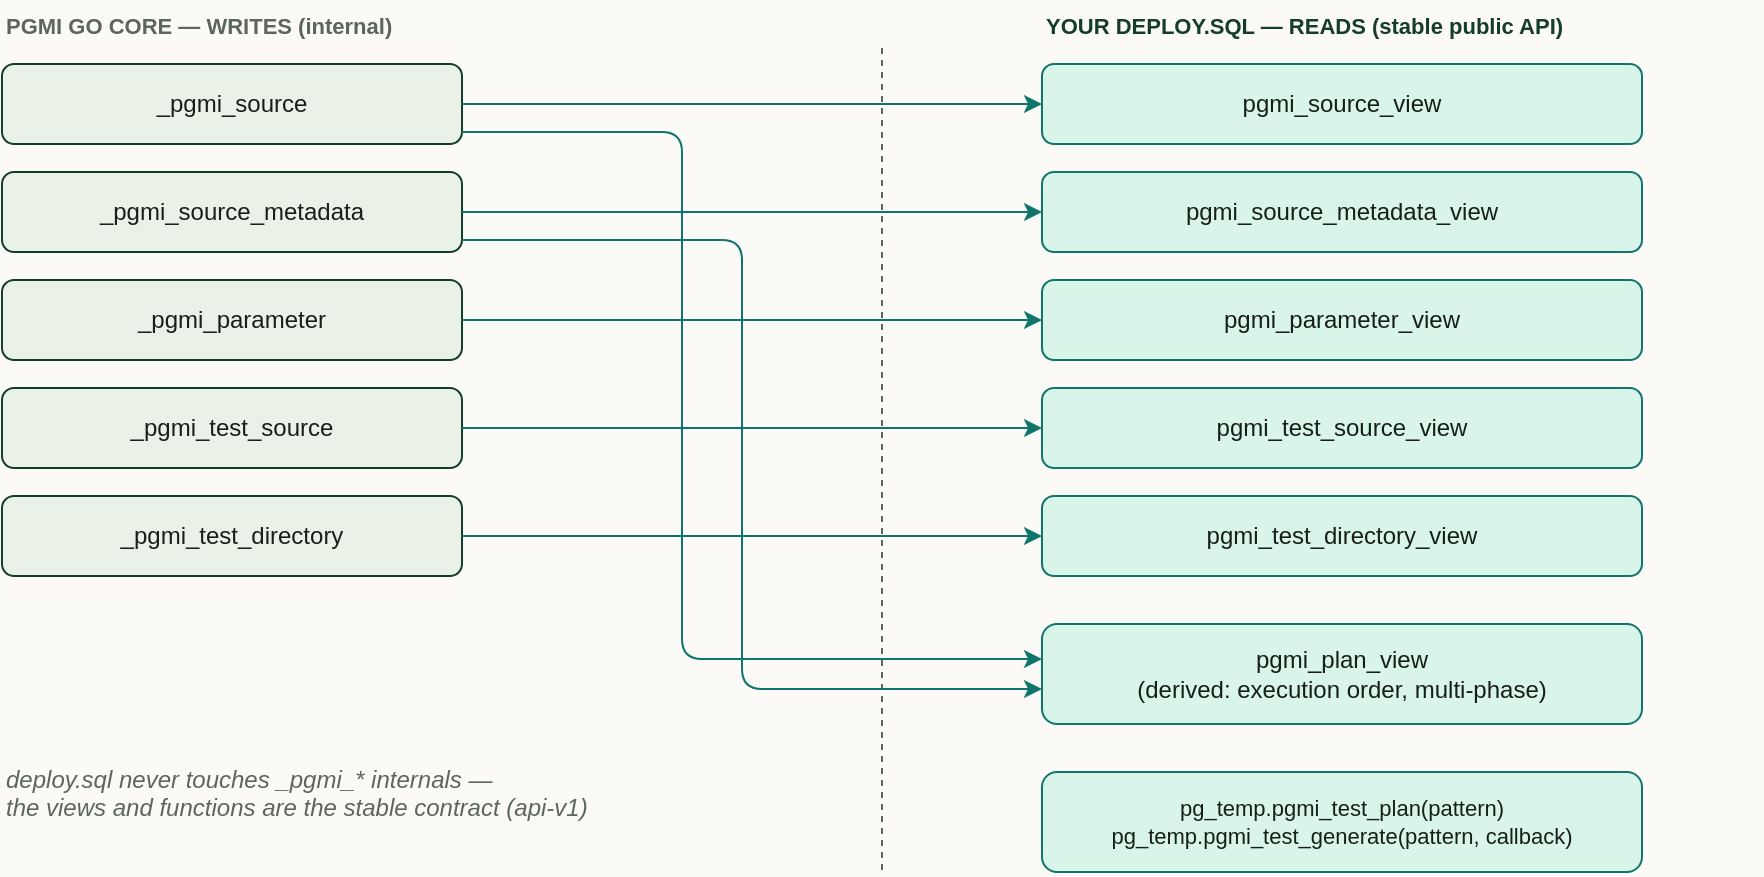
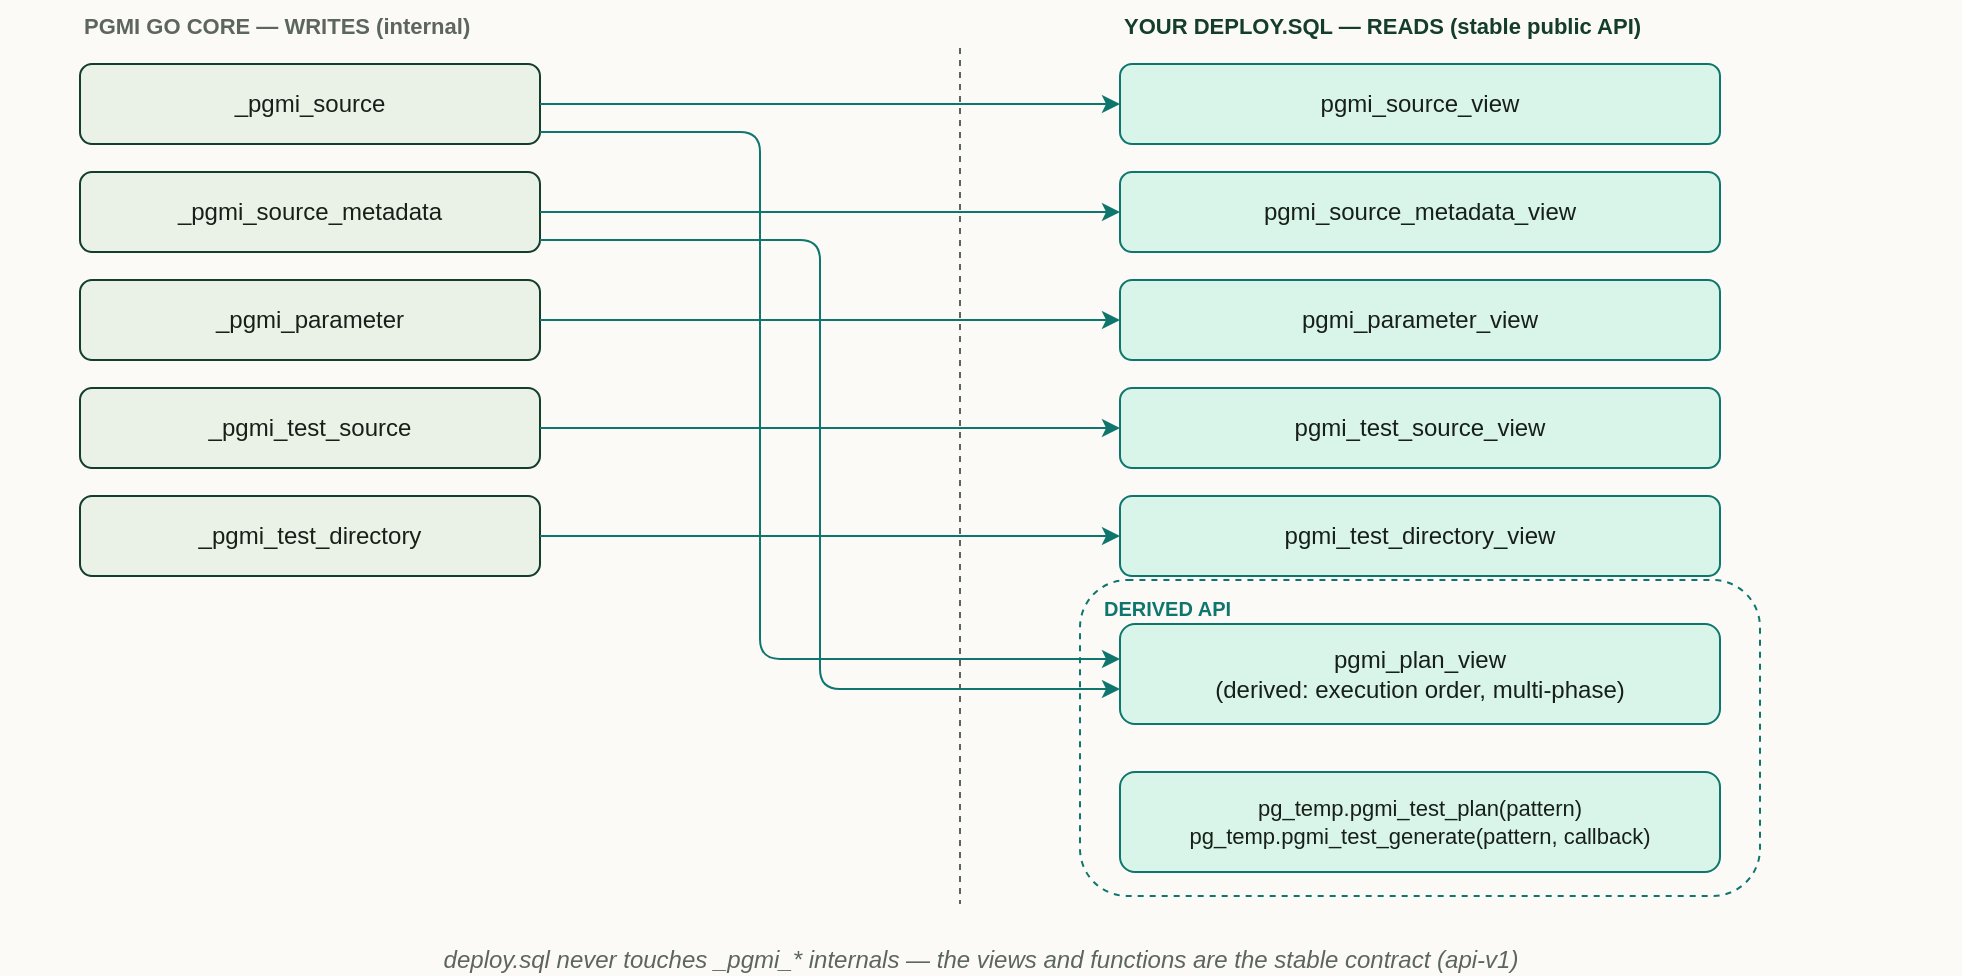
- <mxGraphModel adaptiveColors="none" background="#fbfaf7" grid="0" page="1" pageWidth="980" pageHeight="500">
+ <mxGraphModel adaptiveColors="none" background="#fbfaf7" grid="0" page="1" pageWidth="980" pageHeight="520">
  <root>
    <mxCell id="0" />
    <mxCell id="1" parent="0" />
    <mxCell id="lblL" value="PGMI GO CORE — WRITES (internal)" style="text;html=1;align=left;fontStyle=1;fontSize=11;fontColor=#5d665d;" vertex="1" parent="1"><mxGeometry x="40" y="28" width="300" height="20" as="geometry" /></mxCell>
    <mxCell id="lblR" value="YOUR DEPLOY.SQL — READS (stable public API)" style="text;html=1;align=left;fontStyle=1;fontSize=11;fontColor=#143d2b;" vertex="1" parent="1"><mxGeometry x="560" y="28" width="360" height="20" as="geometry" /></mxCell>
-     <mxCell id="bnd" style="html=1;endArrow=none;dashed=1;strokeColor=#5d665d;" edge="1" parent="1"><mxGeometry relative="1" as="geometry"><mxPoint x="480" y="52" as="sourcePoint" /><mxPoint x="480" y="464" as="targetPoint" /></mxGeometry></mxCell>
+     <mxCell id="bnd" style="html=1;endArrow=none;dashed=1;strokeColor=#5d665d;" edge="1" parent="1"><mxGeometry relative="1" as="geometry"><mxPoint x="480" y="52" as="sourcePoint" /><mxPoint x="480" y="480" as="targetPoint" /></mxGeometry></mxCell>
+     <mxCell id="grp" value="DERIVED API" style="rounded=1;whiteSpace=wrap;html=1;fillColor=none;strokeColor=#0f766e;dashed=1;verticalAlign=top;align=left;fontStyle=1;fontSize=10;fontColor=#0f766e;spacingLeft=10;spacingTop=2" vertex="1" parent="1"><mxGeometry x="540" y="318" width="340" height="158" as="geometry" /></mxCell>
    <mxCell id="t1" value="_pgmi_source" style="rounded=1;whiteSpace=wrap;html=1;fillColor=#eaf1e7;strokeColor=#143d2b;fontColor=#172018;fontSize=12" vertex="1" parent="1"><mxGeometry x="40" y="60" width="230" height="40" as="geometry" /></mxCell>
    <mxCell id="t2" value="_pgmi_source_metadata" style="rounded=1;whiteSpace=wrap;html=1;fillColor=#eaf1e7;strokeColor=#143d2b;fontColor=#172018;fontSize=12" vertex="1" parent="1"><mxGeometry x="40" y="114" width="230" height="40" as="geometry" /></mxCell>
    <mxCell id="t3" value="_pgmi_parameter" style="rounded=1;whiteSpace=wrap;html=1;fillColor=#eaf1e7;strokeColor=#143d2b;fontColor=#172018;fontSize=12" vertex="1" parent="1"><mxGeometry x="40" y="168" width="230" height="40" as="geometry" /></mxCell>
    <mxCell id="t4" value="_pgmi_test_source" style="rounded=1;whiteSpace=wrap;html=1;fillColor=#eaf1e7;strokeColor=#143d2b;fontColor=#172018;fontSize=12" vertex="1" parent="1"><mxGeometry x="40" y="222" width="230" height="40" as="geometry" /></mxCell>
    <mxCell id="t5" value="_pgmi_test_directory" style="rounded=1;whiteSpace=wrap;html=1;fillColor=#eaf1e7;strokeColor=#143d2b;fontColor=#172018;fontSize=12" vertex="1" parent="1"><mxGeometry x="40" y="276" width="230" height="40" as="geometry" /></mxCell>
    <mxCell id="v1" value="pgmi_source_view" style="rounded=1;whiteSpace=wrap;html=1;fillColor=#d9f4e8;strokeColor=#0f766e;fontColor=#172018;fontSize=12" vertex="1" parent="1"><mxGeometry x="560" y="60" width="300" height="40" as="geometry" /></mxCell>
    <mxCell id="v2" value="pgmi_source_metadata_view" style="rounded=1;whiteSpace=wrap;html=1;fillColor=#d9f4e8;strokeColor=#0f766e;fontColor=#172018;fontSize=12" vertex="1" parent="1"><mxGeometry x="560" y="114" width="300" height="40" as="geometry" /></mxCell>
    <mxCell id="v3" value="pgmi_parameter_view" style="rounded=1;whiteSpace=wrap;html=1;fillColor=#d9f4e8;strokeColor=#0f766e;fontColor=#172018;fontSize=12" vertex="1" parent="1"><mxGeometry x="560" y="168" width="300" height="40" as="geometry" /></mxCell>
    <mxCell id="v4" value="pgmi_test_source_view" style="rounded=1;whiteSpace=wrap;html=1;fillColor=#d9f4e8;strokeColor=#0f766e;fontColor=#172018;fontSize=12" vertex="1" parent="1"><mxGeometry x="560" y="222" width="300" height="40" as="geometry" /></mxCell>
    <mxCell id="v5" value="pgmi_test_directory_view" style="rounded=1;whiteSpace=wrap;html=1;fillColor=#d9f4e8;strokeColor=#0f766e;fontColor=#172018;fontSize=12" vertex="1" parent="1"><mxGeometry x="560" y="276" width="300" height="40" as="geometry" /></mxCell>
    <mxCell id="vp" value="pgmi_plan_view&#10;(derived: execution order, multi-phase)" style="rounded=1;whiteSpace=wrap;html=1;fillColor=#d9f4e8;strokeColor=#0f766e;fontColor=#172018;fontSize=12" vertex="1" parent="1"><mxGeometry x="560" y="340" width="300" height="50" as="geometry" /></mxCell>
    <mxCell id="fn" value="pg_temp.pgmi_test_plan(pattern)&#10;pg_temp.pgmi_test_generate(pattern, callback)" style="rounded=1;whiteSpace=wrap;html=1;fillColor=#d9f4e8;strokeColor=#0f766e;fontColor=#172018;fontSize=11" vertex="1" parent="1"><mxGeometry x="560" y="414" width="300" height="50" as="geometry" /></mxCell>
    <mxCell id="ev1" style="html=1;endArrow=classic;strokeColor=#0f766e;exitX=1;exitY=0.5;entryX=0;entryY=0.5" edge="1" parent="1" source="t1" target="v1"><mxGeometry relative="1" as="geometry" /></mxCell>
    <mxCell id="ev2" style="html=1;endArrow=classic;strokeColor=#0f766e;exitX=1;exitY=0.5;entryX=0;entryY=0.5" edge="1" parent="1" source="t2" target="v2"><mxGeometry relative="1" as="geometry" /></mxCell>
    <mxCell id="ev3" style="html=1;endArrow=classic;strokeColor=#0f766e;exitX=1;exitY=0.5;entryX=0;entryY=0.5" edge="1" parent="1" source="t3" target="v3"><mxGeometry relative="1" as="geometry" /></mxCell>
    <mxCell id="ev4" style="html=1;endArrow=classic;strokeColor=#0f766e;exitX=1;exitY=0.5;entryX=0;entryY=0.5" edge="1" parent="1" source="t4" target="v4"><mxGeometry relative="1" as="geometry" /></mxCell>
    <mxCell id="ev5" style="html=1;endArrow=classic;strokeColor=#0f766e;exitX=1;exitY=0.5;entryX=0;entryY=0.5" edge="1" parent="1" source="t5" target="v5"><mxGeometry relative="1" as="geometry" /></mxCell>
    <mxCell id="ep1" style="html=1;endArrow=classic;strokeColor=#0f766e;edgeStyle=orthogonalEdgeStyle;rounded=1;exitX=1;exitY=0.85;entryX=0;entryY=0.35" edge="1" parent="1" source="t1" target="vp"><mxGeometry relative="1" as="geometry"><Array as="points"><mxPoint x="380" y="94" /><mxPoint x="380" y="358" /></Array></mxGeometry></mxCell>
    <mxCell id="ep2" style="html=1;endArrow=classic;strokeColor=#0f766e;edgeStyle=orthogonalEdgeStyle;rounded=1;exitX=1;exitY=0.85;entryX=0;entryY=0.65" edge="1" parent="1" source="t2" target="vp"><mxGeometry relative="1" as="geometry"><Array as="points"><mxPoint x="410" y="148" /><mxPoint x="410" y="373" /></Array></mxGeometry></mxCell>
-     <mxCell id="cap" value="deploy.sql never touches _pgmi_* internals —&#10;the views and functions are the stable contract (api-v1)" style="text;html=1;align=left;fontStyle=2;fontSize=12;fontColor=#5d665d;" vertex="1" parent="1"><mxGeometry x="40" y="404" width="380" height="40" as="geometry" /></mxCell>
+     <mxCell id="cap" value="deploy.sql never touches _pgmi_* internals — the views and functions are the stable contract (api-v1)" style="text;html=1;align=center;fontStyle=2;fontSize=12;fontColor=#5d665d;" vertex="1" parent="1"><mxGeometry x="0" y="494" width="980" height="20" as="geometry" /></mxCell>
  </root>
</mxGraphModel>
